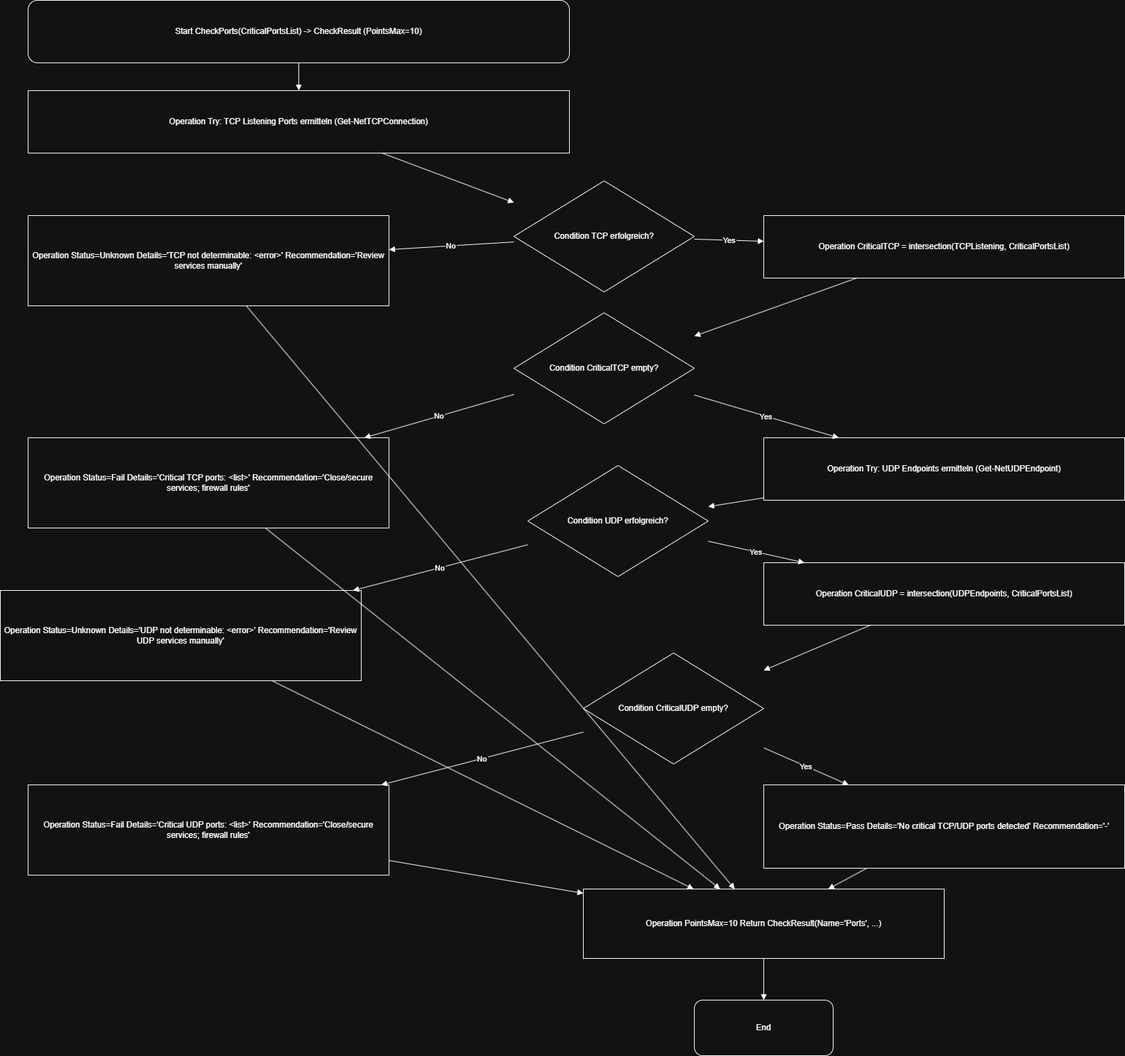
The draw.io diagram docs/flowchart/WinSecureCheck_FUNCTIONS-CheckPorts().drawio.png in ZensykU2/ProjektM431_M122, before a commit. Source tidied: cells renumbered, new cells last; positions are measured from the earlier drawing's top-left corner, leaving out a move shared by most shapes.
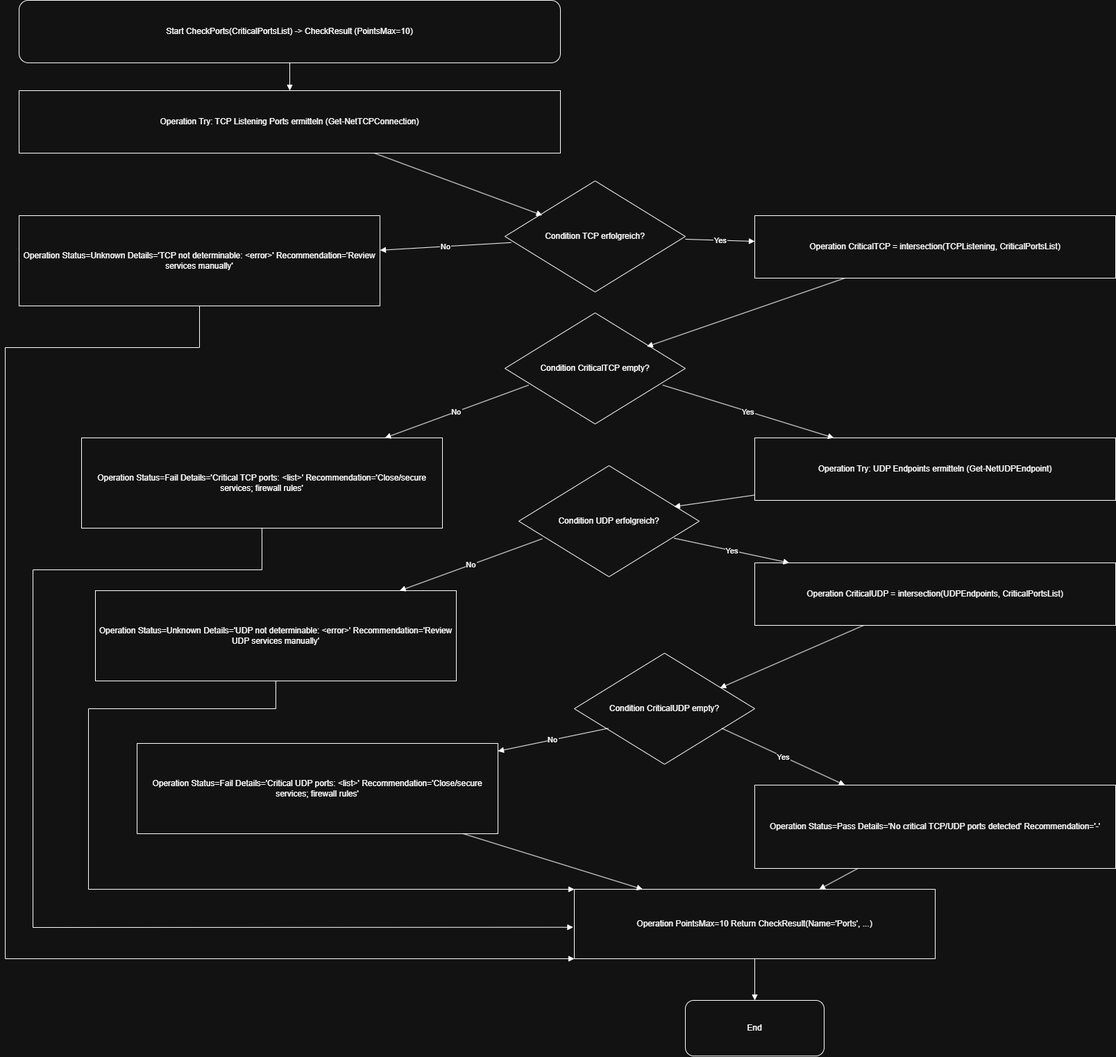
Later version of the same file.

The edit, as a diff of the source:
```diff
@@ -21,7 +21,7 @@
       <mxGeometry x="740" y="450" width="260" height="160" as="geometry" />
     </mxCell>
     <mxCell id="8" value="Operation Status=Fail Details='Critical TCP ports: &lt;list&gt;' Recommendation='Close/secure services; firewall rules'" style="shape=rectangle;whiteSpace=wrap;html=0;align=center;verticalAlign=middle;" parent="1" vertex="1">
-      <mxGeometry x="40" y="630" width="520" height="130" as="geometry" />
+      <mxGeometry x="130" y="630" width="520" height="130" as="geometry" />
     </mxCell>
     <mxCell id="9" value="Operation Try: UDP Endpoints ermitteln (Get-NetUDPEndpoint)" style="shape=rectangle;whiteSpace=wrap;html=0;align=center;verticalAlign=middle;" parent="1" vertex="1">
       <mxGeometry x="1100" y="630" width="520" height="90" as="geometry" />
@@ -30,7 +30,7 @@
       <mxGeometry x="760" y="670" width="260" height="160" as="geometry" />
     </mxCell>
     <mxCell id="11" value="Operation Status=Unknown Details='UDP not determinable: &lt;error&gt;' Recommendation='Review UDP services manually'" style="shape=rectangle;whiteSpace=wrap;html=0;align=center;verticalAlign=middle;" parent="1" vertex="1">
-      <mxGeometry y="850" width="520" height="130" as="geometry" />
+      <mxGeometry x="150" y="850" width="520" height="130" as="geometry" />
     </mxCell>
     <mxCell id="12" value="Operation CriticalUDP = intersection(UDPEndpoints, CriticalPortsList)" style="shape=rectangle;whiteSpace=wrap;html=0;align=center;verticalAlign=middle;" parent="1" vertex="1">
       <mxGeometry x="1100" y="810" width="520" height="90" as="geometry" />
@@ -42,7 +42,7 @@
       <mxGeometry x="1100" y="1130" width="520" height="120" as="geometry" />
     </mxCell>
     <mxCell id="15" value="Operation Status=Fail Details='Critical UDP ports: &lt;list&gt;' Recommendation='Close/secure services; firewall rules'" style="shape=rectangle;whiteSpace=wrap;html=0;align=center;verticalAlign=middle;" parent="1" vertex="1">
-      <mxGeometry x="40" y="1130" width="520" height="130" as="geometry" />
+      <mxGeometry x="210" y="1070" width="520" height="130" as="geometry" />
     </mxCell>
     <mxCell id="16" value="Operation PointsMax=10 Return CheckResult(Name='Ports', ...)" style="shape=rectangle;whiteSpace=wrap;html=0;align=center;verticalAlign=middle;" parent="1" vertex="1">
       <mxGeometry x="840" y="1280" width="520" height="100" as="geometry" />
@@ -53,50 +53,68 @@
     <mxCell id="18" style="endArrow=block;html=0;rounded=0;" parent="1" edge="1" source="2" target="3">
       <mxGeometry relative="1" as="geometry" />
     </mxCell>
-    <mxCell id="19" style="endArrow=block;html=0;rounded=0;" parent="1" edge="1" source="3" target="4">
+    <mxCell id="19" style="endArrow=block;html=0;rounded=0;entryX=0.207;entryY=0.309;entryDx=0;entryDy=0;entryPerimeter=0;" parent="1" edge="1" source="3" target="4">
       <mxGeometry relative="1" as="geometry" />
     </mxCell>
     <mxCell id="20" value="Yes" style="endArrow=block;html=0;rounded=0;" parent="1" edge="1" source="4" target="6">
       <mxGeometry relative="1" as="geometry" />
     </mxCell>
-    <mxCell id="21" value="No" style="endArrow=block;html=0;rounded=0;" parent="1" edge="1" source="4" target="5">
+    <mxCell id="21" value="No" style="endArrow=block;html=0;rounded=0;exitX=0.035;exitY=0.555;exitDx=0;exitDy=0;exitPerimeter=0;" parent="1" edge="1" source="4" target="5">
       <mxGeometry relative="1" as="geometry" />
     </mxCell>
-    <mxCell id="22" style="endArrow=block;html=0;rounded=0;" parent="1" edge="1" source="6" target="7">
+    <mxCell id="22" style="endArrow=block;html=0;rounded=0;entryX=0.787;entryY=0.303;entryDx=0;entryDy=0;entryPerimeter=0;" parent="1" edge="1" source="6" target="7">
       <mxGeometry relative="1" as="geometry" />
     </mxCell>
-    <mxCell id="23" value="No" style="endArrow=block;html=0;rounded=0;" parent="1" edge="1" source="7" target="8">
+    <mxCell id="23" value="No" style="endArrow=block;html=0;rounded=0;exitX=0.132;exitY=0.65;exitDx=0;exitDy=0;exitPerimeter=0;" parent="1" edge="1" source="7" target="8">
       <mxGeometry relative="1" as="geometry" />
     </mxCell>
-    <mxCell id="24" value="Yes" style="endArrow=block;html=0;rounded=0;" parent="1" edge="1" source="7" target="9">
+    <mxCell id="24" value="Yes" style="endArrow=block;html=0;rounded=0;exitX=0.874;exitY=0.65;exitDx=0;exitDy=0;exitPerimeter=0;" parent="1" edge="1" source="7" target="9">
       <mxGeometry relative="1" as="geometry" />
     </mxCell>
-    <mxCell id="25" style="endArrow=block;html=0;rounded=0;" parent="1" edge="1" source="9" target="10">
+    <mxCell id="25" style="endArrow=block;html=0;rounded=0;entryX=0.861;entryY=0.369;entryDx=0;entryDy=0;entryPerimeter=0;" parent="1" edge="1" source="9" target="10">
       <mxGeometry relative="1" as="geometry" />
     </mxCell>
-    <mxCell id="26" value="Yes" style="endArrow=block;html=0;rounded=0;" parent="1" edge="1" source="10" target="12">
+    <mxCell id="26" value="Yes" style="endArrow=block;html=0;rounded=0;exitX=0.861;exitY=0.653;exitDx=0;exitDy=0;exitPerimeter=0;" parent="1" edge="1" source="10" target="12">
       <mxGeometry relative="1" as="geometry" />
     </mxCell>
-    <mxCell id="27" value="No" style="endArrow=block;html=0;rounded=0;" parent="1" edge="1" source="10" target="11">
+    <mxCell id="27" value="No" style="endArrow=block;html=0;rounded=0;exitX=0.13;exitY=0.658;exitDx=0;exitDy=0;exitPerimeter=0;" parent="1" edge="1" source="10" target="11">
       <mxGeometry relative="1" as="geometry" />
     </mxCell>
-    <mxCell id="28" style="endArrow=block;html=0;rounded=0;" parent="1" edge="1" source="12" target="13">
+    <mxCell id="28" style="endArrow=block;html=0;rounded=0;entryX=0.808;entryY=0.313;entryDx=0;entryDy=0;entryPerimeter=0;" parent="1" edge="1" source="12" target="13">
       <mxGeometry relative="1" as="geometry" />
     </mxCell>
-    <mxCell id="29" value="Yes" style="endArrow=block;html=0;rounded=0;" parent="1" edge="1" source="13" target="14">
+    <mxCell id="29" value="Yes" style="endArrow=block;html=0;rounded=0;exitX=0.817;exitY=0.676;exitDx=0;exitDy=0;exitPerimeter=0;" parent="1" edge="1" source="13" target="14">
       <mxGeometry relative="1" as="geometry" />
     </mxCell>
-    <mxCell id="30" value="No" style="endArrow=block;html=0;rounded=0;" parent="1" edge="1" source="13" target="15">
+    <mxCell id="30" value="No" style="endArrow=block;html=0;rounded=0;exitX=0.189;exitY=0.676;exitDx=0;exitDy=0;exitPerimeter=0;" parent="1" edge="1" source="13" target="15">
       <mxGeometry relative="1" as="geometry" />
     </mxCell>
-    <mxCell id="31" style="endArrow=block;html=0;rounded=0;" parent="1" edge="1" source="5" target="16">
-      <mxGeometry relative="1" as="geometry" />
+    <mxCell id="31" style="endArrow=block;html=0;rounded=0;entryX=0;entryY=1;entryDx=0;entryDy=0;" parent="1" edge="1" source="5" target="16">
+      <mxGeometry relative="1" as="geometry">
+        <Array as="points">
+          <mxPoint x="300" y="500" />
+          <mxPoint x="20" y="500" />
+          <mxPoint x="20" y="1380" />
+        </Array>
+      </mxGeometry>
     </mxCell>
-    <mxCell id="32" style="endArrow=block;html=0;rounded=0;" parent="1" edge="1" source="8" target="16">
-      <mxGeometry relative="1" as="geometry" />
+    <mxCell id="32" style="endArrow=block;html=0;rounded=0;entryX=-0.003;entryY=0.547;entryDx=0;entryDy=0;entryPerimeter=0;" parent="1" edge="1" source="8" target="16">
+      <mxGeometry relative="1" as="geometry">
+        <Array as="points">
+          <mxPoint x="390" y="820" />
+          <mxPoint x="60" y="820" />
+          <mxPoint x="60" y="1335" />
+        </Array>
+      </mxGeometry>
     </mxCell>
-    <mxCell id="33" style="endArrow=block;html=0;rounded=0;" parent="1" edge="1" source="11" target="16">
-      <mxGeometry relative="1" as="geometry" />
+    <mxCell id="33" style="endArrow=block;html=0;rounded=0;entryX=0;entryY=0;entryDx=0;entryDy=0;" parent="1" edge="1" source="11" target="16">
+      <mxGeometry relative="1" as="geometry">
+        <Array as="points">
+          <mxPoint x="410" y="1020" />
+          <mxPoint x="140" y="1020" />
+          <mxPoint x="140" y="1280" />
+        </Array>
+      </mxGeometry>
     </mxCell>
     <mxCell id="34" style="endArrow=block;html=0;rounded=0;" parent="1" edge="1" source="14" target="16">
       <mxGeometry relative="1" as="geometry" />
```
